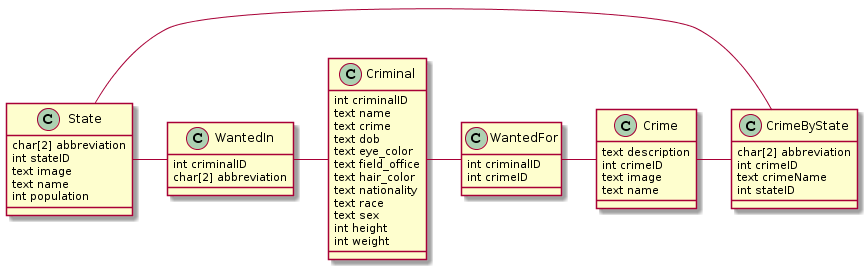
roshan-dongre/idb keeps this PlantUML diagram as backend/fbiuml.png. Above is the earlier version.
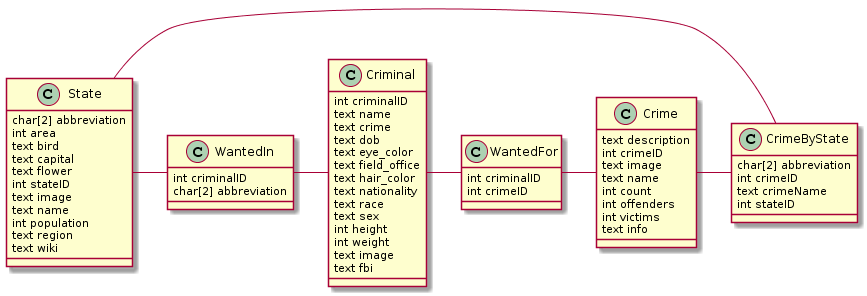
The same file after the commit.

Commit message:
Updated UML for Phase 3

The edit, as a diff of the source:
```diff
@@ -8,10 +8,16 @@
 
 class State {
   char[2] abbreviation
+  int area
+  text bird
+  text capital
+  text flower
   int stateID
   text image
   text name
   int population
+  text region
+  text wiki
   }
 
 class WantedIn {
@@ -32,6 +38,8 @@
   text sex
   int height
   int weight
+  text image
+  text fbi
   }
 
 class WantedFor {
@@ -44,6 +52,10 @@
   int crimeID
   text image
   text name
+  int count
+  int offenders
+  int victims
+  text info
 }
 
 class CrimeByState {
```
